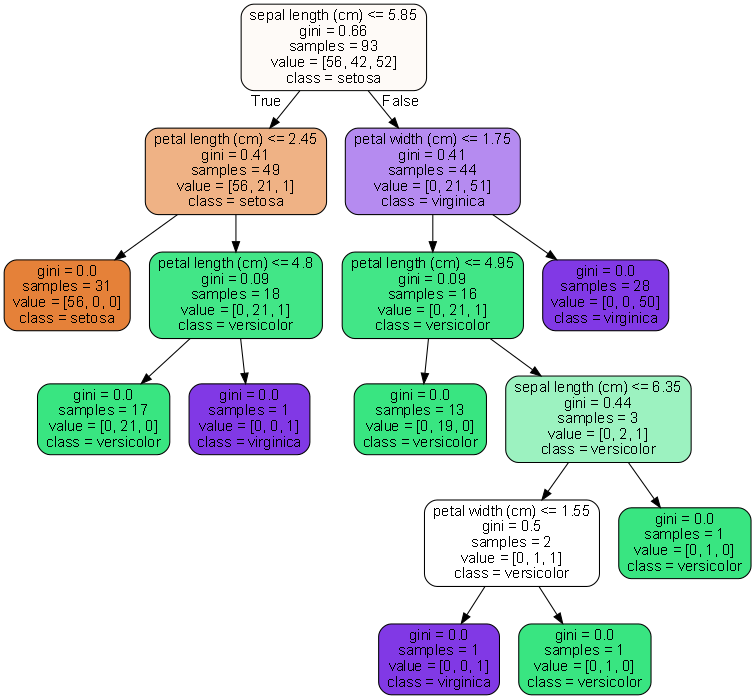
This is RandomForest Covid Case Study/tree.png from mf11y/Data_Sci_Projects, a Graphviz export, as it was before one commit. Its source is kept beside it as RandomForest Covid Case Study/tree.dot.
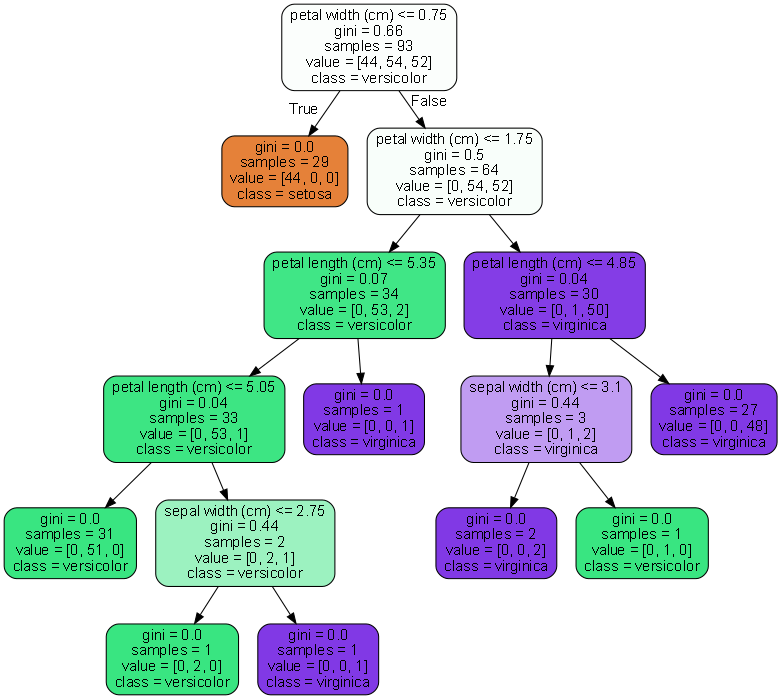
The same file after the commit.

What changed in the source:
```diff
@@ -1,33 +1,33 @@
 digraph Tree {
 node [shape=box, style="filled, rounded", color="black", fontname=helvetica] ;
 edge [fontname=helvetica] ;
-0 [label="sepal length (cm) <= 5.85\ngini = 0.66\nsamples = 93\nvalue = [56, 42, 52]\nclass = setosa", fillcolor="#fefaf7"] ;
-1 [label="petal length (cm) <= 2.45\ngini = 0.41\nsamples = 49\nvalue = [56, 21, 1]\nclass = setosa", fillcolor="#efb285"] ;
+0 [label="petal width (cm) <= 0.75\ngini = 0.66\nsamples = 93\nvalue = [44, 54, 52]\nclass = versicolor", fillcolor="#fbfefc"] ;
+1 [label="gini = 0.0\nsamples = 29\nvalue = [44, 0, 0]\nclass = setosa", fillcolor="#e58139"] ;
 0 -> 1 [labeldistance=2.5, labelangle=45, headlabel="True"] ;
-2 [label="gini = 0.0\nsamples = 31\nvalue = [56, 0, 0]\nclass = setosa", fillcolor="#e58139"] ;
-1 -> 2 ;
-3 [label="petal length (cm) <= 4.8\ngini = 0.09\nsamples = 18\nvalue = [0, 21, 1]\nclass = versicolor", fillcolor="#42e687"] ;
-1 -> 3 ;
-4 [label="gini = 0.0\nsamples = 17\nvalue = [0, 21, 0]\nclass = versicolor", fillcolor="#39e581"] ;
+2 [label="petal width (cm) <= 1.75\ngini = 0.5\nsamples = 64\nvalue = [0, 54, 52]\nclass = versicolor", fillcolor="#f8fefa"] ;
+0 -> 2 [labeldistance=2.5, labelangle=-45, headlabel="False"] ;
+3 [label="petal length (cm) <= 5.35\ngini = 0.07\nsamples = 34\nvalue = [0, 53, 2]\nclass = versicolor", fillcolor="#40e686"] ;
+2 -> 3 ;
+4 [label="petal length (cm) <= 5.05\ngini = 0.04\nsamples = 33\nvalue = [0, 53, 1]\nclass = versicolor", fillcolor="#3de583"] ;
 3 -> 4 ;
-5 [label="gini = 0.0\nsamples = 1\nvalue = [0, 0, 1]\nclass = virginica", fillcolor="#8139e5"] ;
-3 -> 5 ;
-6 [label="petal width (cm) <= 1.75\ngini = 0.41\nsamples = 44\nvalue = [0, 21, 51]\nclass = virginica", fillcolor="#b58bf0"] ;
-0 -> 6 [labeldistance=2.5, labelangle=-45, headlabel="False"] ;
-7 [label="petal length (cm) <= 4.95\ngini = 0.09\nsamples = 16\nvalue = [0, 21, 1]\nclass = versicolor", fillcolor="#42e687"] ;
+5 [label="gini = 0.0\nsamples = 31\nvalue = [0, 51, 0]\nclass = versicolor", fillcolor="#39e581"] ;
+4 -> 5 ;
+6 [label="sepal width (cm) <= 2.75\ngini = 0.44\nsamples = 2\nvalue = [0, 2, 1]\nclass = versicolor", fillcolor="#9cf2c0"] ;
+4 -> 6 ;
+7 [label="gini = 0.0\nsamples = 1\nvalue = [0, 2, 0]\nclass = versicolor", fillcolor="#39e581"] ;
 6 -> 7 ;
-8 [label="gini = 0.0\nsamples = 13\nvalue = [0, 19, 0]\nclass = versicolor", fillcolor="#39e581"] ;
-7 -> 8 ;
-9 [label="sepal length (cm) <= 6.35\ngini = 0.44\nsamples = 3\nvalue = [0, 2, 1]\nclass = versicolor", fillcolor="#9cf2c0"] ;
-7 -> 9 ;
-10 [label="petal width (cm) <= 1.55\ngini = 0.5\nsamples = 2\nvalue = [0, 1, 1]\nclass = versicolor", fillcolor="#ffffff"] ;
-9 -> 10 ;
-11 [label="gini = 0.0\nsamples = 1\nvalue = [0, 0, 1]\nclass = virginica", fillcolor="#8139e5"] ;
+8 [label="gini = 0.0\nsamples = 1\nvalue = [0, 0, 1]\nclass = virginica", fillcolor="#8139e5"] ;
+6 -> 8 ;
+9 [label="gini = 0.0\nsamples = 1\nvalue = [0, 0, 1]\nclass = virginica", fillcolor="#8139e5"] ;
+3 -> 9 ;
+10 [label="petal length (cm) <= 4.85\ngini = 0.04\nsamples = 30\nvalue = [0, 1, 50]\nclass = virginica", fillcolor="#843de6"] ;
+2 -> 10 ;
+11 [label="sepal width (cm) <= 3.1\ngini = 0.44\nsamples = 3\nvalue = [0, 1, 2]\nclass = virginica", fillcolor="#c09cf2"] ;
 10 -> 11 ;
-12 [label="gini = 0.0\nsamples = 1\nvalue = [0, 1, 0]\nclass = versicolor", fillcolor="#39e581"] ;
-10 -> 12 ;
+12 [label="gini = 0.0\nsamples = 2\nvalue = [0, 0, 2]\nclass = virginica", fillcolor="#8139e5"] ;
+11 -> 12 ;
 13 [label="gini = 0.0\nsamples = 1\nvalue = [0, 1, 0]\nclass = versicolor", fillcolor="#39e581"] ;
-9 -> 13 ;
-14 [label="gini = 0.0\nsamples = 28\nvalue = [0, 0, 50]\nclass = virginica", fillcolor="#8139e5"] ;
-6 -> 14 ;
+11 -> 13 ;
+14 [label="gini = 0.0\nsamples = 27\nvalue = [0, 0, 48]\nclass = virginica", fillcolor="#8139e5"] ;
+10 -> 14 ;
 }
```
